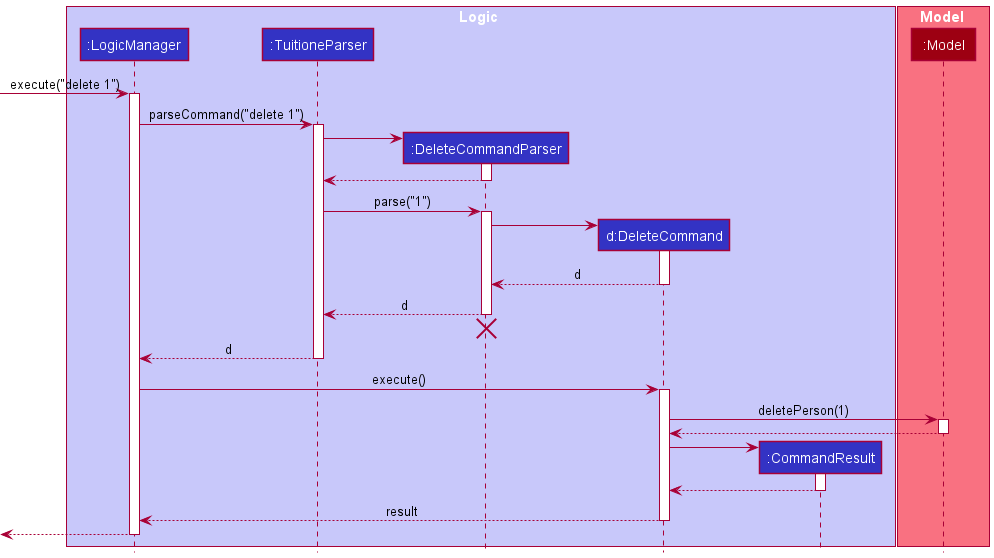
Earlier version of the PlantUML export docs/images/DeveloperGuideImage/DeleteSequenceDiagram.png (nus-cs2103-AY2122S1/tp). Source of this version:
```plantuml
@startuml
!include style.puml

box Logic LOGIC_COLOR_T1
participant ":LogicManager" as LogicManager LOGIC_COLOR
participant ":TuitioneParser" as TuitioneParser LOGIC_COLOR
participant ":DeleteCommandParser" as DeleteCommandParser LOGIC_COLOR
participant "d:DeleteCommand" as DeleteCommand LOGIC_COLOR
participant ":CommandResult" as CommandResult LOGIC_COLOR
end box

box Model MODEL_COLOR_T1
participant ":Model" as Model MODEL_COLOR
end box

[-> LogicManager : execute("delete 1")
activate LogicManager

LogicManager -> TuitioneParser : parseCommand("delete 1")
activate TuitioneParser

create DeleteCommandParser
TuitioneParser -> DeleteCommandParser
activate DeleteCommandParser

DeleteCommandParser --> TuitioneParser
deactivate DeleteCommandParser

TuitioneParser -> DeleteCommandParser : parse("1")
activate DeleteCommandParser

create DeleteCommand
DeleteCommandParser -> DeleteCommand
activate DeleteCommand

DeleteCommand --> DeleteCommandParser : d
deactivate DeleteCommand

DeleteCommandParser --> TuitioneParser : d
deactivate DeleteCommandParser
DeleteCommandParser -[hidden]-> TuitioneParser
destroy DeleteCommandParser

TuitioneParser --> LogicManager : d
deactivate TuitioneParser

LogicManager -> DeleteCommand : execute()
activate DeleteCommand

DeleteCommand -> Model : deletePerson(1)
activate Model

Model --> DeleteCommand
deactivate Model

create CommandResult
DeleteCommand -> CommandResult
activate CommandResult

CommandResult --> DeleteCommand
deactivate CommandResult

DeleteCommand --> LogicManager : result
deactivate DeleteCommand

[<--LogicManager
deactivate LogicManager
@enduml
```
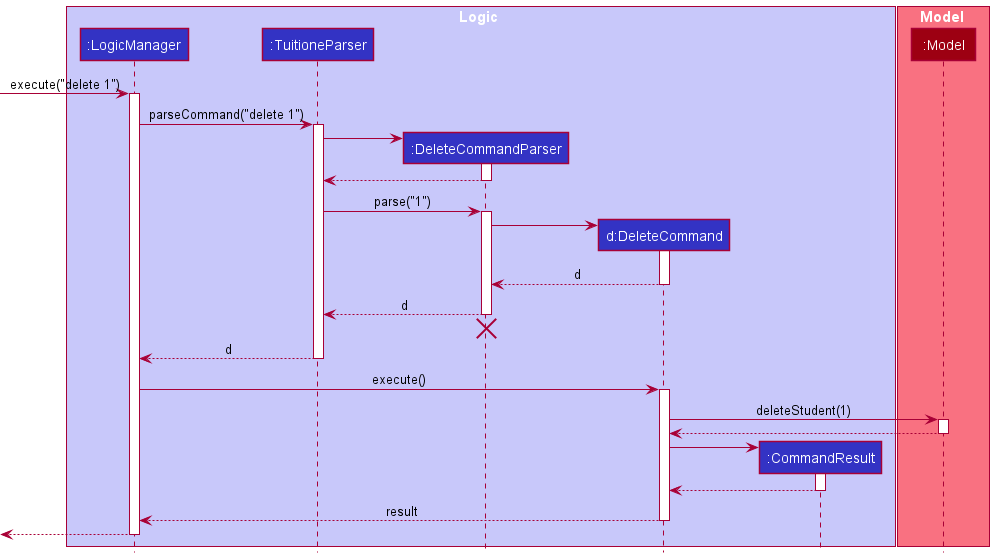
After the change.

Change to the diagram source:
```diff
@@ -47,7 +47,7 @@
 LogicManager -> DeleteCommand : execute()
 activate DeleteCommand
 
-DeleteCommand -> Model : deletePerson(1)
+DeleteCommand -> Model : deleteStudent(1)
 activate Model
 
 Model --> DeleteCommand
```
